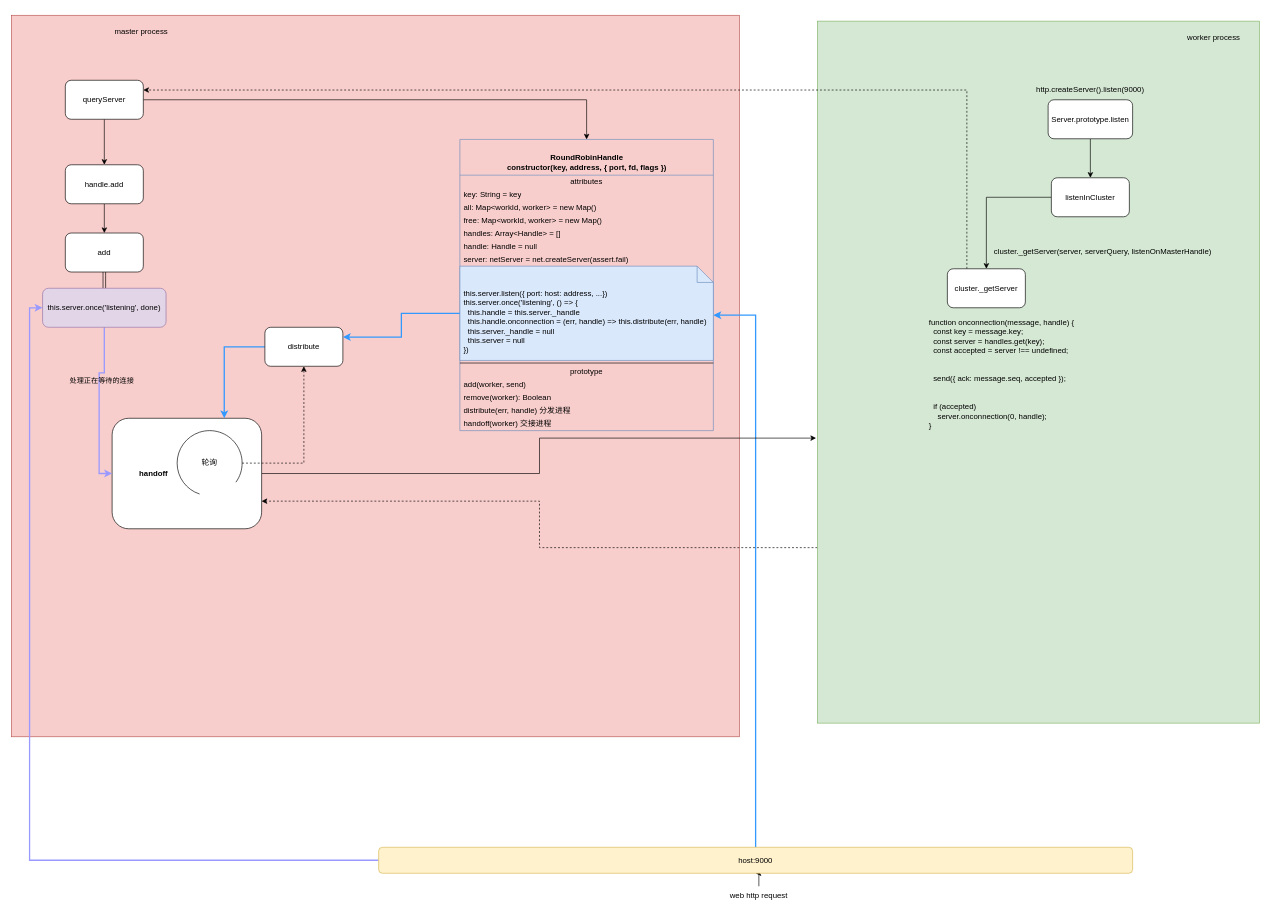
Before: http.createServer in cluster.drawio in sfyr111/draw, a draw.io diagram. Source tidied: cells renumbered, new cells numbered last; positions are measured from the earlier drawing's top-left corner, leaving out a move shared by most shapes. Both pictures are drawn from the tidied source at 65%, with x=0, y=0 at pixel (11, 15).
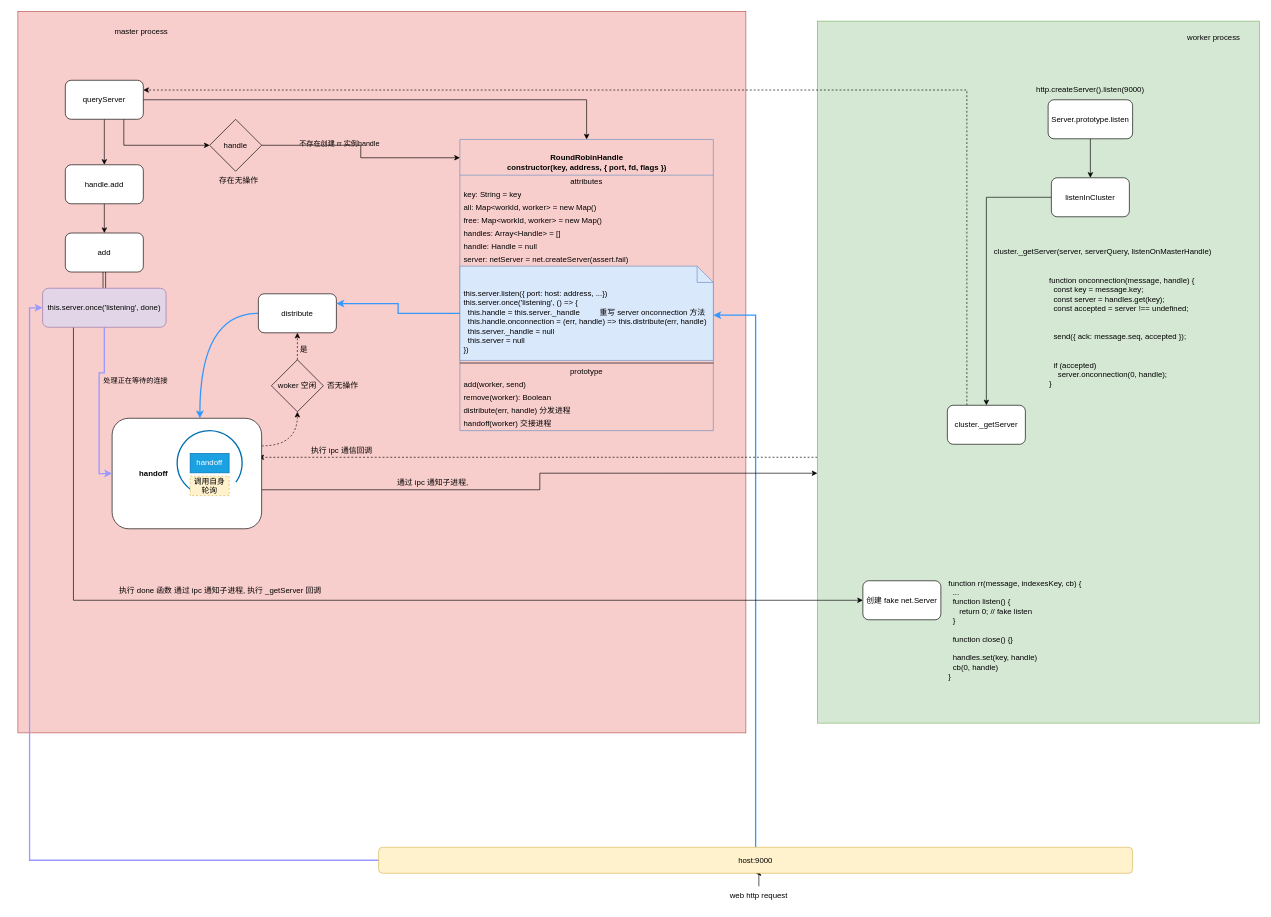
The same page after the edit.

Unchanged cells that the change refers to:
```xml
<mxCell id="4" style="rounded=0;whiteSpace=wrap;html=1;labelBackgroundColor=none;fillColor=#d5e8d4;strokeColor=#82b366;" parent="1" vertex="1">
  <mxGeometry x="1240" y="9" width="680" height="1080" as="geometry" />
</mxCell>
<mxCell id="16" value="queryServer" style="rounded=1;whiteSpace=wrap;html=1;labelBackgroundColor=none;fontColor=none;" parent="1" vertex="1">
  <mxGeometry x="83" y="100" width="120" height="60" as="geometry" />
</mxCell>
<mxCell id="19" value="handle.add" style="rounded=1;whiteSpace=wrap;html=1;labelBackgroundColor=none;fontColor=none;" parent="1" vertex="1">
  <mxGeometry x="83" y="230" width="120" height="60" as="geometry" />
</mxCell>
<mxCell id="26" value="&lt;br&gt;&lt;b&gt;RoundRobinHandle&lt;br&gt;&lt;/b&gt;&lt;b&gt;constructor(key, address, { port, fd, flags })&lt;br&gt;&lt;/b&gt;" style="swimlane;fontStyle=0;align=center;verticalAlign=top;horizontal=1;startSize=55;html=1;fillColor=none;strokeColor=#6c8ebf;" parent="1" vertex="1">
  <mxGeometry x="690" y="191" width="390" height="448" as="geometry" />
</mxCell>
<mxCell id="44" value="&lt;blockquote style=&quot;margin: 0 0 0 40px ; border: none ; padding: 0px&quot;&gt;&lt;b&gt;handoff&lt;/b&gt;&lt;/blockquote&gt;" style="rounded=1;whiteSpace=wrap;html=1;labelBorderColor=none;align=left;" parent="1" vertex="1">
  <mxGeometry x="155" y="620" width="230" height="170" as="geometry" />
</mxCell>
<mxCell id="51" style="edgeStyle=orthogonalEdgeStyle;rounded=0;jettySize=auto;html=1;entryX=0;entryY=0.5;entryDx=0;entryDy=0;fillColor=#e1d5e7;strokeColor=#9999FF;strokeWidth=2;" parent="1" edge="1" source="54" target="44">
  <mxGeometry relative="1" as="geometry" />
</mxCell>
<mxCell id="54" value="&lt;span&gt;this.server.once('listening', done)&lt;/span&gt;" style="rounded=1;whiteSpace=wrap;html=1;fillColor=#e1d5e7;strokeColor=#9673a6;" parent="1" vertex="1">
  <mxGeometry x="48" y="420" width="190" height="60" as="geometry" />
</mxCell>
```

What changed in the source:
```diff
@@
     <mxCell id="2" style="rounded=0;whiteSpace=wrap;html=1;labelBackgroundColor=none;fillColor=#f8cecc;strokeColor=#b85450;" parent="1" vertex="1">
-      <mxGeometry width="1120" height="1110" as="geometry" />
+      <mxGeometry x="10" y="-6" width="1120" height="1110" as="geometry" />
     </mxCell>
-    <mxCell id="3" style="edgeStyle=orthogonalEdgeStyle;rounded=0;jettySize=auto;html=1;exitX=0;exitY=0.75;exitDx=0;exitDy=0;entryX=1;entryY=0.75;entryDx=0;entryDy=0;elbow=vertical;dashed=1;" parent="1" edge="1" source="4" target="44">
-      <mxGeometry relative="1" as="geometry" />
+    <mxCell id="3" style="edgeStyle=orthogonalEdgeStyle;rounded=0;jettySize=auto;html=1;entryX=0.978;entryY=0.353;entryDx=0;entryDy=0;entryPerimeter=0;dashed=1;strokeColor=#000000;strokeWidth=1;" parent="1" edge="1" source="4" target="44">
+      <mxGeometry relative="1" as="geometry">
+        <Array as="points">
+          <mxPoint x="1090" y="680" />
+          <mxPoint x="1090" y="680" />
+        </Array>
+      </mxGeometry>
     </mxCell>
@@
     <mxCell id="11" value="cluster._getServer" style="rounded=1;whiteSpace=wrap;html=1;" parent="1" vertex="1">
-      <mxGeometry x="1440" y="390" width="120" height="60" as="geometry" />
+      <mxGeometry x="1440" y="600" width="120" height="60" as="geometry" />
     </mxCell>
@@
+    <mxCell id="15" style="edgeStyle=orthogonalEdgeStyle;rounded=0;jettySize=auto;html=1;elbow=vertical;" parent="1" edge="1" source="16" target="26">
+      <mxGeometry relative="1" as="geometry" />
+    </mxCell>
+    <mxCell id="55" style="edgeStyle=orthogonalEdgeStyle;rounded=0;jettySize=auto;html=1;exitX=0.75;exitY=1;exitDx=0;exitDy=0;entryX=0;entryY=0.5;entryDx=0;entryDy=0;strokeColor=#000000;strokeWidth=1;" parent="1" edge="1" source="16" target="60">
+      <mxGeometry relative="1" as="geometry" />
+    </mxCell>
-    <mxCell id="14" style="edgeStyle=orthogonalEdgeStyle;rounded=0;jettySize=auto;html=1;entryX=0.5;entryY=0;entryDx=0;entryDy=0;labelBackgroundColor=none;fontColor=none;" parent="1" edge="1" source="16" target="19">
+    <mxCell id="14" style="edgeStyle=orthogonalEdgeStyle;rounded=0;jettySize=auto;html=1;entryX=0.5;entryY=0;entryDx=0;entryDy=0;strokeColor=#000000;strokeWidth=1;" parent="1" edge="1" source="16" target="19">
       <mxGeometry relative="1" as="geometry" />
     </mxCell>
-    <mxCell id="15" style="edgeStyle=orthogonalEdgeStyle;rounded=0;jettySize=auto;html=1;elbow=vertical;" parent="1" edge="1" source="16" target="26">
-      <mxGeometry relative="1" as="geometry" />
-    </mxCell>
@@
     <mxCell id="25" value="function onconnection(message, handle) {&#10;  const key = message.key;&#10;  const server = handles.get(key);&#10;  const accepted = server !== undefined;&#10;&#10;&#10;  send({ ack: message.seq, accepted });&#10;&#10;&#10;  if (accepted)&#10;    server.onconnection(0, handle);&#10;}" style="text;whiteSpace=wrap;html=1;fontColor=none;" parent="1" vertex="1">
-      <mxGeometry x="1410" y="459" width="250" height="180" as="geometry" />
+      <mxGeometry x="1595" y="395" width="250" height="180" as="geometry" />
     </mxCell>
@@
-    <mxCell id="34" value="this.server.listen({ port: host: address, ...})&lt;br&gt;this.server.once('listening', () =&amp;gt; {&lt;br&gt;&amp;nbsp; this.handle = this.server._handle&lt;br&gt;&amp;nbsp; this.handle.onconnection = (err, handle) =&amp;gt; this.distribute(err, handle)&lt;br&gt;&amp;nbsp; this.server._handle = null&lt;br&gt;&amp;nbsp; this.server = null&lt;br&gt;})" style="shape=note2;boundedLbl=1;whiteSpace=wrap;html=1;size=25;verticalAlign=top;align=left;horizontal=1;labelPosition=center;verticalLabelPosition=middle;labelBorderColor=none;spacingLeft=4;spacingTop=4;fillColor=#dae8fc;strokeColor=#6c8ebf;" parent="26" vertex="1">
+    <mxCell id="34" value="this.server.listen({ port: host: address, ...})&amp;nbsp; &amp;nbsp; &amp;nbsp; &amp;nbsp;&amp;nbsp;&lt;br&gt;this.server.once('listening', () =&amp;gt; {&lt;br&gt;&amp;nbsp; this.handle = this.server._handle&amp;nbsp; &amp;nbsp; &amp;nbsp; &amp;nbsp; &amp;nbsp;重写 server onconnection 方法&lt;br&gt;&amp;nbsp; this.handle.onconnection = (err, handle) =&amp;gt; this.distribute(err, handle)&lt;br&gt;&amp;nbsp; this.server._handle = null&lt;br&gt;&amp;nbsp; this.server = null&lt;br&gt;})" style="shape=note2;boundedLbl=1;whiteSpace=wrap;html=1;size=25;verticalAlign=top;align=left;horizontal=1;labelPosition=center;verticalLabelPosition=middle;labelBorderColor=none;spacingLeft=4;spacingTop=4;fillColor=#dae8fc;strokeColor=#6c8ebf;" parent="26" vertex="1">
       <mxGeometry y="195" width="390" height="145" as="geometry" />
     </mxCell>
@@
-    <mxCell id="43" style="edgeStyle=orthogonalEdgeStyle;rounded=0;jettySize=auto;html=1;entryX=-0.003;entryY=0.594;entryDx=0;entryDy=0;entryPerimeter=0;elbow=vertical;" parent="1" edge="1" source="44" target="4">
-      <mxGeometry relative="1" as="geometry" />
+    <mxCell id="43" style="edgeStyle=orthogonalEdgeStyle;rounded=0;jettySize=auto;html=1;entryX=0;entryY=0.644;entryDx=0;entryDy=0;entryPerimeter=0;strokeColor=#000000;strokeWidth=1;" parent="1" edge="1" source="44" target="4">
+      <mxGeometry relative="1" as="geometry">
+        <Array as="points">
+          <mxPoint x="813" y="730" />
+          <mxPoint x="813" y="705" />
+        </Array>
+      </mxGeometry>
     </mxCell>
+    <mxCell id="56" style="edgeStyle=orthogonalEdgeStyle;rounded=0;jettySize=auto;html=1;exitX=1;exitY=0.25;exitDx=0;exitDy=0;entryX=0.5;entryY=1;entryDx=0;entryDy=0;dashed=1;strokeColor=#000000;strokeWidth=1;curved=1;" parent="1" edge="1" source="44" target="67">
+      <mxGeometry relative="1" as="geometry" />
+    </mxCell>
@@
-    <mxCell id="45" style="edgeStyle=orthogonalEdgeStyle;rounded=0;jettySize=auto;html=1;entryX=0.75;entryY=0;entryDx=0;entryDy=0;strokeWidth=2;elbow=vertical;fillColor=#d5e8d4;strokeColor=#3399FF;" parent="1" edge="1" source="46" target="44">
+    <mxCell id="45" style="edgeStyle=orthogonalEdgeStyle;rounded=0;jettySize=auto;html=1;entryX=0.587;entryY=0;entryDx=0;entryDy=0;strokeWidth=2;elbow=vertical;fillColor=#d5e8d4;strokeColor=#3399FF;exitX=0;exitY=0.5;exitDx=0;exitDy=0;curved=1;entryPerimeter=0;" parent="1" edge="1" source="46" target="44">
       <mxGeometry relative="1" as="geometry" />
     </mxCell>
     <mxCell id="46" value="distribute" style="rounded=1;whiteSpace=wrap;html=1;labelBorderColor=none;" parent="1" vertex="1">
-      <mxGeometry x="390" y="480" width="120" height="60" as="geometry" />
+      <mxGeometry x="380" y="428.5" width="120" height="60" as="geometry" />
     </mxCell>
-    <mxCell id="47" style="edgeStyle=orthogonalEdgeStyle;rounded=0;jettySize=auto;html=1;dashed=1;" parent="1" edge="1" source="48" target="46">
-      <mxGeometry relative="1" as="geometry" />
-    </mxCell>
-    <mxCell id="48" style="verticalLabelPosition=bottom;verticalAlign=top;html=1;shape=mxgraph.basic.arc;startAngle=0.3;endAngle=0.1;labelBorderColor=none;direction=south;" parent="1" vertex="1">
+    <mxCell id="48" style="verticalLabelPosition=bottom;verticalAlign=top;html=1;shape=mxgraph.basic.arc;startAngle=0.29312253054653964;endAngle=0.1;labelBorderColor=none;direction=south;fillColor=#1ba1e2;strokeColor=#006EAF;fontColor=#ffffff;strokeWidth=2;" parent="1" vertex="1">
       <mxGeometry x="255" y="639" width="100" height="100" as="geometry" />
     </mxCell>
-    <mxCell id="49" value="轮询" style="text;html=1;strokeColor=none;fillColor=none;align=center;verticalAlign=middle;whiteSpace=wrap;rounded=0;labelBorderColor=none;" parent="1" vertex="1">
+    <mxCell id="49" value="handoff" style="text;html=1;strokeColor=#006EAF;fillColor=#1ba1e2;align=center;verticalAlign=middle;whiteSpace=wrap;rounded=0;labelBorderColor=none;fontColor=#ffffff;" parent="1" vertex="1">
       <mxGeometry x="275" y="674" width="60" height="30" as="geometry" />
     </mxCell>
@@
     <mxCell id="53" value="处理正在等待的连接" style="edgeLabel;html=1;align=center;verticalAlign=middle;labelBackgroundColor=none;" parent="51" vertex="1">
-      <mxGeometry x="-0.3" y="3" relative="1" as="geometry" />
+      <mxGeometry x="-0.3" y="3" relative="1" as="geometry">
+        <mxPoint x="52" as="offset" />
+      </mxGeometry>
     </mxCell>
+    <mxCell id="57" style="edgeStyle=orthogonalEdgeStyle;rounded=0;jettySize=auto;html=1;exitX=0.25;exitY=1;exitDx=0;exitDy=0;entryX=0;entryY=0.5;entryDx=0;entryDy=0;strokeColor=#000000;strokeWidth=1;" parent="1" edge="1" source="54" target="62">
+      <mxGeometry relative="1" as="geometry" />
+    </mxCell>
@@
+    <mxCell id="58" style="edgeStyle=orthogonalEdgeStyle;rounded=0;jettySize=auto;html=1;strokeColor=#000000;strokeWidth=1;entryX=0;entryY=0.063;entryDx=0;entryDy=0;entryPerimeter=0;" parent="1" edge="1" source="60" target="26">
+      <mxGeometry relative="1" as="geometry" />
+    </mxCell>
+    <mxCell id="59" value="不存在创建 rr 实例handle&amp;nbsp;" style="edgeLabel;html=1;align=center;verticalAlign=middle;labelBackgroundColor=none;" parent="58" vertex="1">
+      <mxGeometry x="-0.26" y="3" relative="1" as="geometry" />
+    </mxCell>
+    <mxCell id="60" value="handle" style="rhombus;whiteSpace=wrap;html=1;labelBackgroundColor=none;strokeWidth=1;fillColor=none;" parent="1" vertex="1">
+      <mxGeometry x="305" y="160" width="80" height="80" as="geometry" />
+    </mxCell>
+    <mxCell id="61" value="执行 done 函数 通过 ipc 通知子进程, 执行 _getServer 回调" style="text;html=1;strokeColor=none;fillColor=none;align=center;verticalAlign=middle;whiteSpace=wrap;rounded=0;labelBackgroundColor=none;" parent="1" vertex="1">
+      <mxGeometry x="133" y="870" width="377" height="30" as="geometry" />
+    </mxCell>
+    <mxCell id="62" value="创建 fake net.Server" style="rounded=1;whiteSpace=wrap;html=1;labelBackgroundColor=none;strokeWidth=1;" parent="1" vertex="1">
+      <mxGeometry x="1310" y="870" width="120" height="60" as="geometry" />
+    </mxCell>
+    <mxCell id="63" value="function rr(message, indexesKey, cb) {&lt;br&gt;&amp;nbsp; ...&lt;br&gt;&amp;nbsp; function listen() {&lt;br&gt;&amp;nbsp; &amp;nbsp; &amp;nbsp;return 0; // fake listen&lt;br&gt;&amp;nbsp; }&lt;br&gt;&lt;br&gt;&amp;nbsp; function close() {}&lt;br&gt;&lt;br&gt;&amp;nbsp; handles.set(key, handle)&lt;br&gt;&amp;nbsp; cb(0, handle)&lt;br&gt;}" style="text;whiteSpace=wrap;html=1;" parent="1" vertex="1">
+      <mxGeometry x="1440" y="860" width="250" height="180" as="geometry" />
+    </mxCell>
+    <mxCell id="64" value="通过 ipc 通知子进程," style="text;html=1;strokeColor=none;fillColor=none;align=center;verticalAlign=middle;whiteSpace=wrap;rounded=0;labelBackgroundColor=none;" parent="1" vertex="1">
+      <mxGeometry x="460" y="704" width="377" height="30" as="geometry" />
+    </mxCell>
+    <mxCell id="65" value="执行 ipc 通信回调" style="text;html=1;strokeColor=none;fillColor=none;align=center;verticalAlign=middle;whiteSpace=wrap;rounded=0;labelBackgroundColor=none;" parent="1" vertex="1">
+      <mxGeometry x="440" y="655" width="137" height="30" as="geometry" />
+    </mxCell>
+    <mxCell id="66" style="edgeStyle=orthogonalEdgeStyle;rounded=0;jettySize=auto;html=1;dashed=1;strokeColor=#000000;strokeWidth=1;" parent="1" edge="1" source="67" target="46">
+      <mxGeometry relative="1" as="geometry" />
+    </mxCell>
+    <mxCell id="67" value="woker 空闲" style="rhombus;whiteSpace=wrap;html=1;labelBackgroundColor=none;strokeWidth=1;fillColor=none;" parent="1" vertex="1">
+      <mxGeometry x="400" y="530" width="80" height="80" as="geometry" />
+    </mxCell>
+    <mxCell id="68" value="是" style="text;html=1;strokeColor=none;fillColor=none;align=center;verticalAlign=middle;whiteSpace=wrap;rounded=0;labelBackgroundColor=none;" parent="1" vertex="1">
+      <mxGeometry x="420" y="500" width="60" height="30" as="geometry" />
+    </mxCell>
+    <mxCell id="69" value="否无操作" style="text;html=1;strokeColor=none;fillColor=none;align=center;verticalAlign=middle;whiteSpace=wrap;rounded=0;labelBackgroundColor=none;" parent="1" vertex="1">
+      <mxGeometry x="480" y="555" width="60" height="30" as="geometry" />
+    </mxCell>
+    <mxCell id="70" value="存在无操作" style="text;html=1;strokeColor=none;fillColor=none;align=center;verticalAlign=middle;whiteSpace=wrap;rounded=0;labelBackgroundColor=none;" parent="1" vertex="1">
+      <mxGeometry x="310" y="240" width="80" height="30" as="geometry" />
+    </mxCell>
+    <mxCell id="71" value="调用自身轮询" style="text;html=1;strokeColor=#d6b656;fillColor=#fff2cc;align=center;verticalAlign=middle;whiteSpace=wrap;rounded=0;labelBackgroundColor=none;dashed=1;" parent="1" vertex="1">
+      <mxGeometry x="275" y="709" width="60" height="30" as="geometry" />
+    </mxCell>
```
